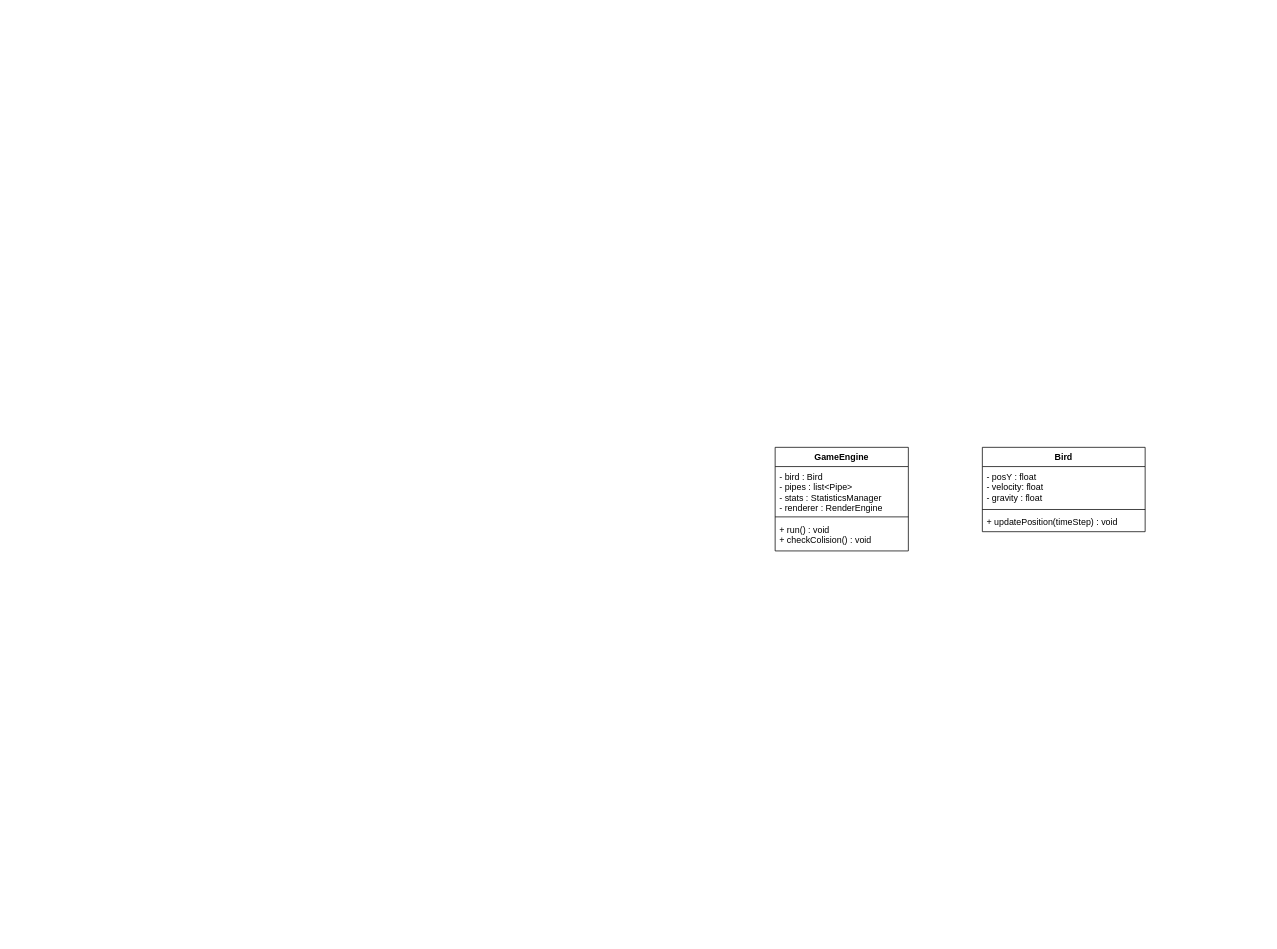
This is Untitled Diagram.drawio from Developer-dreamer/assignment3, a draw.io file, before an edit. Source tidied: cells renumbered, new cells numbered last; positions are measured from the earlier drawing's top-left corner, leaving out a move shared by most shapes. Both pictures are drawn from the tidied source at 74%, with x=0, y=0 at pixel (775, 447).
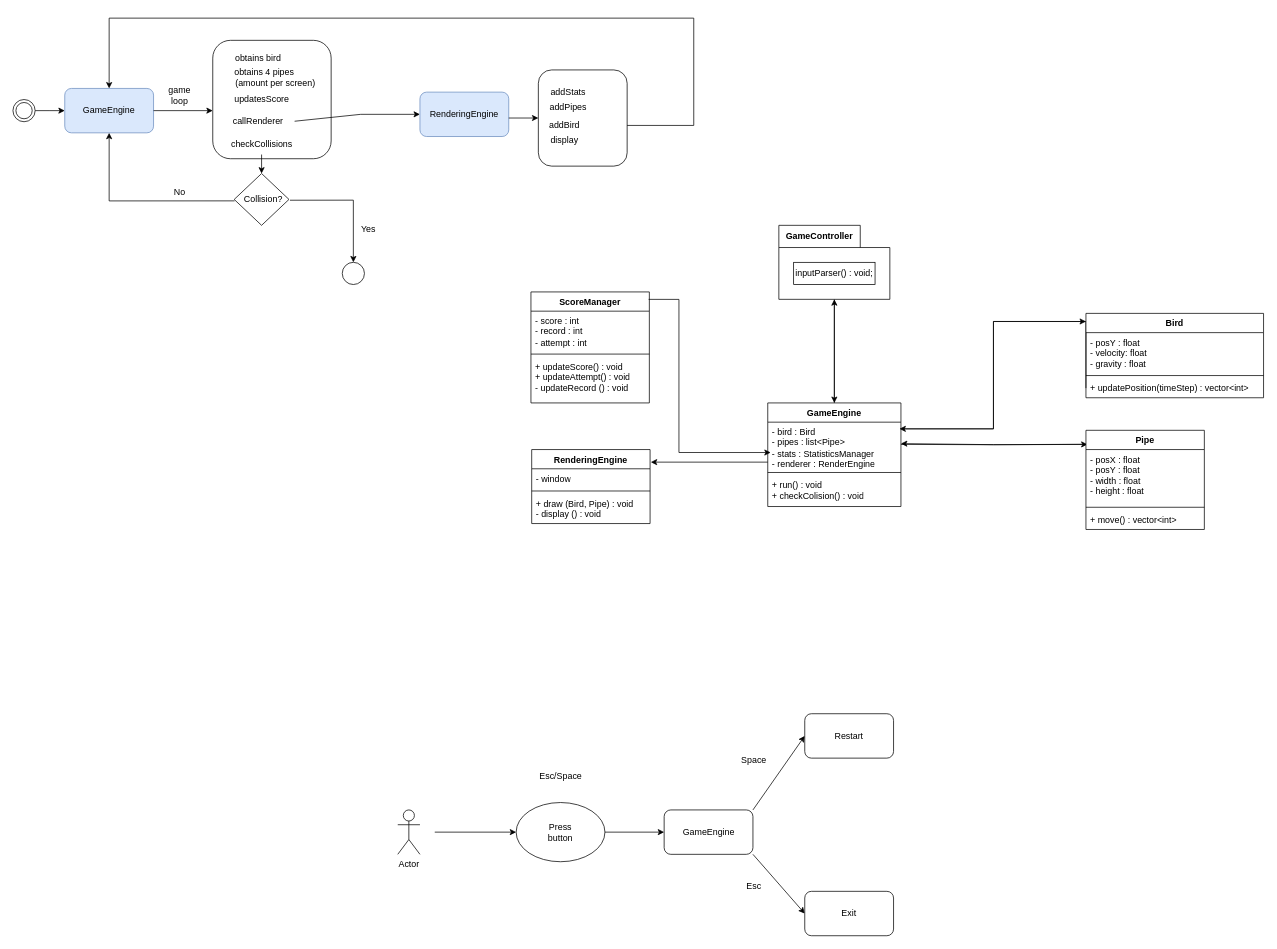
After the change.

Commit message:
Added more classes, created sequence diagram and user interactive diagram

The change refers to these unchanged cells:
```xml
<mxCell id="3" value="&lt;div&gt;- bird : Bird&lt;/div&gt;&lt;div&gt;- pipes : list&amp;lt;Pipe&amp;gt;&lt;/div&gt;&lt;div&gt;- stats : StatisticsManager&lt;/div&gt;&lt;div&gt;- renderer : RenderEngine&lt;/div&gt;" style="text;strokeColor=none;fillColor=none;align=left;verticalAlign=top;spacingLeft=4;spacingRight=4;overflow=hidden;points=[[0,0.5],[1,0.5]];portConstraint=eastwest;whiteSpace=wrap;html=1;" parent="2" vertex="1">
  <mxGeometry y="26" width="180" height="64" as="geometry" />
</mxCell>
```

The edit, as a diff of the source:
```diff
@@
+    <mxCell id="10" style="edgeStyle=orthogonalEdgeStyle;rounded=0;jettySize=auto;html=1;" parent="1" edge="1" source="2" target="30">
+      <mxGeometry relative="1" as="geometry" />
+    </mxCell>
+    <mxCell id="11" style="edgeStyle=orthogonalEdgeStyle;rounded=0;jettySize=auto;html=1;entryX=0.013;entryY=0.142;entryDx=0;entryDy=0;entryPerimeter=0;" parent="1" edge="1" target="13">
+      <mxGeometry relative="1" as="geometry">
+        <mxPoint x="170" y="-4" as="sourcePoint" />
+      </mxGeometry>
+    </mxCell>
     <mxCell id="2" value="GameEngine" style="swimlane;fontStyle=1;align=center;verticalAlign=top;horizontal=1;startSize=26;whiteSpace=wrap;html=1;" parent="1" vertex="1">
-      <mxGeometry width="180" height="140" as="geometry" />
+      <mxGeometry x="-10" y="-60" width="180" height="140" as="geometry" />
     </mxCell>
@@
+    <mxCell id="12" style="edgeStyle=orthogonalEdgeStyle;rounded=0;jettySize=auto;html=1;entryX=0.989;entryY=0.141;entryDx=0;entryDy=0;entryPerimeter=0;exitX=0;exitY=0.5;exitDx=0;exitDy=0;" parent="1" edge="1" source="9" target="3">
+      <mxGeometry relative="1" as="geometry">
+        <Array as="points">
+          <mxPoint x="420" y="-170" />
+          <mxPoint x="295" y="-170" />
+          <mxPoint x="295" y="-25" />
+        </Array>
+      </mxGeometry>
+    </mxCell>
     <mxCell id="6" value="Bird" style="swimlane;fontStyle=1;align=center;verticalAlign=top;horizontal=1;startSize=26;whiteSpace=wrap;html=1;" parent="1" vertex="1">
-      <mxGeometry x="280" width="220" height="114" as="geometry" />
+      <mxGeometry x="420" y="-181" width="240" height="114" as="geometry" />
     </mxCell>
     <mxCell id="7" value="&lt;div&gt;- posY : float&lt;/div&gt;&lt;div&gt;- velocity: float&lt;/div&gt;&lt;div&gt;- gravity : float&lt;/div&gt;" style="text;strokeColor=none;fillColor=none;align=left;verticalAlign=top;spacingLeft=4;spacingRight=4;overflow=hidden;whiteSpace=wrap;html=1;" parent="6" vertex="1">
-      <mxGeometry y="26" width="220" height="54" as="geometry" />
+      <mxGeometry y="26" width="240" height="54" as="geometry" />
     </mxCell>
     <mxCell id="8" style="line;strokeWidth=1;fillColor=none;align=left;verticalAlign=middle;spacingTop=-1;spacingLeft=3;spacingRight=3;labelPosition=right;strokeColor=inherit;" parent="6" vertex="1">
-      <mxGeometry y="80" width="220" height="8" as="geometry" />
+      <mxGeometry y="80" width="240" height="8" as="geometry" />
     </mxCell>
-    <mxCell id="9" value="+ updatePosition(timeStep) : void" style="text;strokeColor=none;fillColor=none;align=left;verticalAlign=top;spacingLeft=4;spacingRight=4;overflow=hidden;points=[[0,0.5],[1,0.5]];portConstraint=eastwest;whiteSpace=wrap;html=1;" parent="6" vertex="1">
-      <mxGeometry y="88" width="220" height="26" as="geometry" />
+    <mxCell id="9" value="+ updatePosition(timeStep) : vector&amp;lt;int&amp;gt;" style="text;strokeColor=none;fillColor=none;align=left;verticalAlign=top;spacingLeft=4;spacingRight=4;overflow=hidden;points=[[0,0.5],[1,0.5]];portConstraint=eastwest;whiteSpace=wrap;html=1;" parent="6" vertex="1">
+      <mxGeometry y="88" width="240" height="26" as="geometry" />
     </mxCell>
+    <mxCell id="13" value="Pipe" style="swimlane;fontStyle=1;align=center;verticalAlign=top;horizontal=1;startSize=26;whiteSpace=wrap;html=1;" parent="1" vertex="1">
+      <mxGeometry x="420" y="-23" width="160" height="134" as="geometry" />
+    </mxCell>
+    <mxCell id="14" value="&lt;div&gt;- posX : float&lt;br&gt;&lt;/div&gt;&lt;div&gt;- posY : float&lt;br&gt;&lt;/div&gt;&lt;div&gt;- width : float&lt;/div&gt;&lt;div&gt;- height : float&lt;br&gt;&lt;/div&gt;" style="text;strokeColor=none;fillColor=none;align=left;verticalAlign=top;spacingLeft=4;spacingRight=4;overflow=hidden;whiteSpace=wrap;html=1;" parent="13" vertex="1">
+      <mxGeometry y="26" width="160" height="74" as="geometry" />
+    </mxCell>
+    <mxCell id="15" style="line;strokeWidth=1;fillColor=none;align=left;verticalAlign=middle;spacingTop=-1;spacingLeft=3;spacingRight=3;labelPosition=right;strokeColor=inherit;" parent="13" vertex="1">
+      <mxGeometry y="100" width="160" height="8" as="geometry" />
+    </mxCell>
+    <mxCell id="16" value="+ move() : vector&amp;lt;int&amp;gt;" style="text;strokeColor=none;fillColor=none;align=left;verticalAlign=top;spacingLeft=4;spacingRight=4;overflow=hidden;whiteSpace=wrap;html=1;" parent="13" vertex="1">
+      <mxGeometry y="108" width="160" height="26" as="geometry" />
+    </mxCell>
+    <mxCell id="17" value="ScoreManager" style="swimlane;fontStyle=1;align=center;verticalAlign=top;horizontal=1;startSize=26;whiteSpace=wrap;html=1;" parent="1" vertex="1">
+      <mxGeometry x="-330" y="-210" width="160" height="150" as="geometry" />
+    </mxCell>
+    <mxCell id="18" value="&lt;div&gt;- score : int&lt;br&gt;&lt;/div&gt;&lt;div&gt;- record : int &lt;br&gt;&lt;/div&gt;&lt;div&gt;- attempt : int&lt;br&gt;&lt;/div&gt;" style="text;strokeColor=none;fillColor=none;align=left;verticalAlign=top;spacingLeft=4;spacingRight=4;overflow=hidden;whiteSpace=wrap;html=1;" parent="17" vertex="1">
+      <mxGeometry y="26" width="160" height="54" as="geometry" />
+    </mxCell>
+    <mxCell id="19" style="line;strokeWidth=1;fillColor=none;align=left;verticalAlign=middle;spacingTop=-1;spacingLeft=3;spacingRight=3;labelPosition=right;strokeColor=inherit;" parent="17" vertex="1">
+      <mxGeometry y="80" width="160" height="8" as="geometry" />
+    </mxCell>
+    <mxCell id="20" value="&lt;div&gt;+ updateScore() : void&lt;/div&gt;&lt;div&gt;+ updateAttempt() : void&lt;/div&gt;&lt;div&gt;- updateRecord () : void&lt;br&gt;&lt;/div&gt;" style="text;strokeColor=none;fillColor=none;align=left;verticalAlign=top;spacingLeft=4;spacingRight=4;overflow=hidden;whiteSpace=wrap;html=1;" parent="17" vertex="1">
+      <mxGeometry y="88" width="160" height="62" as="geometry" />
+    </mxCell>
+    <mxCell id="21" value="RenderingEngine" style="swimlane;fontStyle=1;align=center;verticalAlign=top;horizontal=1;startSize=26;whiteSpace=wrap;html=1;" parent="1" vertex="1">
+      <mxGeometry x="-329" y="3" width="160" height="100" as="geometry" />
+    </mxCell>
+    <mxCell id="22" value="- window" style="text;strokeColor=none;fillColor=none;align=left;verticalAlign=top;spacingLeft=4;spacingRight=4;overflow=hidden;whiteSpace=wrap;html=1;" parent="21" vertex="1">
+      <mxGeometry y="26" width="160" height="26" as="geometry" />
+    </mxCell>
+    <mxCell id="23" style="line;strokeWidth=1;fillColor=none;align=left;verticalAlign=middle;spacingTop=-1;spacingLeft=3;spacingRight=3;labelPosition=right;strokeColor=inherit;" parent="21" vertex="1">
+      <mxGeometry y="52" width="160" height="8" as="geometry" />
+    </mxCell>
+    <mxCell id="24" value="&lt;div&gt;+ draw (Bird, Pipe) : void&lt;/div&gt;&lt;div&gt;- display () : void&lt;br&gt;&lt;/div&gt;" style="text;strokeColor=none;fillColor=none;align=left;verticalAlign=top;spacingLeft=4;spacingRight=4;overflow=hidden;whiteSpace=wrap;html=1;" parent="21" vertex="1">
+      <mxGeometry y="60" width="160" height="40" as="geometry" />
+    </mxCell>
+    <mxCell id="25" style="edgeStyle=orthogonalEdgeStyle;rounded=0;jettySize=auto;html=1;entryX=1.006;entryY=0.17;entryDx=0;entryDy=0;entryPerimeter=0;" parent="1" edge="1" target="21">
+      <mxGeometry relative="1" as="geometry">
+        <mxPoint x="-10" y="20" as="sourcePoint" />
+        <Array as="points">
+          <mxPoint x="-169" y="20" />
+        </Array>
+      </mxGeometry>
+    </mxCell>
+    <mxCell id="26" style="edgeStyle=orthogonalEdgeStyle;rounded=0;jettySize=auto;html=1;exitX=1.022;exitY=0.141;exitDx=0;exitDy=0;exitPerimeter=0;entryX=0;entryY=0.096;entryDx=0;entryDy=0;entryPerimeter=0;" parent="1" edge="1" source="3" target="6">
+      <mxGeometry relative="1" as="geometry" />
+    </mxCell>
+    <mxCell id="27" style="edgeStyle=orthogonalEdgeStyle;rounded=0;orthogonalLoop=1;jettySize=auto;html=1;exitX=-0.006;exitY=0.104;exitDx=0;exitDy=0;exitPerimeter=0;" parent="1" edge="1">
+      <mxGeometry relative="1" as="geometry">
+        <mxPoint x="419" y="-4.1" as="sourcePoint" />
+        <mxPoint x="170" y="-5" as="targetPoint" />
+      </mxGeometry>
+    </mxCell>
+    <mxCell id="28" style="edgeStyle=orthogonalEdgeStyle;rounded=0;jettySize=auto;html=1;entryX=0.022;entryY=0.641;entryDx=0;entryDy=0;entryPerimeter=0;exitX=0.994;exitY=0.067;exitDx=0;exitDy=0;exitPerimeter=0;" parent="1" edge="1" source="17" target="3">
+      <mxGeometry relative="1" as="geometry">
+        <Array as="points">
+          <mxPoint x="-130" y="-200" />
+          <mxPoint x="-130" y="7" />
+        </Array>
+      </mxGeometry>
+    </mxCell>
+    <mxCell id="29" style="edgeStyle=orthogonalEdgeStyle;rounded=0;jettySize=auto;html=1;entryX=0.5;entryY=0;entryDx=0;entryDy=0;" parent="1" edge="1" source="30" target="2">
+      <mxGeometry relative="1" as="geometry" />
+    </mxCell>
+    <mxCell id="30" value="GameController" style="shape=folder;fontStyle=1;tabWidth=110;tabHeight=30;tabPosition=left;html=1;boundedLbl=1;labelInHeader=1;whiteSpace=wrap;" parent="1" vertex="1">
+      <mxGeometry x="5" y="-300" width="150" height="100" as="geometry" />
+    </mxCell>
+    <mxCell id="31" value="inputParser() : void;" style="html=1;whiteSpace=wrap;" parent="30" vertex="1">
+      <mxGeometry width="110" height="30" relative="1" as="geometry">
+        <mxPoint x="20" y="50" as="offset" />
+      </mxGeometry>
+    </mxCell>
+    <mxCell id="32" value="Actor" style="shape=umlActor;verticalLabelPosition=bottom;verticalAlign=top;html=1;" parent="1" vertex="1">
+      <mxGeometry x="-510" y="490" width="30" height="60" as="geometry" />
+    </mxCell>
+    <mxCell id="33" style="endArrow=classic;html=1;rounded=0;" parent="1" edge="1">
+      <mxGeometry relative="1" as="geometry">
+        <mxPoint x="-460" y="520" as="sourcePoint" />
+        <mxPoint x="-350" y="520" as="targetPoint" />
+      </mxGeometry>
+    </mxCell>
+    <mxCell id="34" style="ellipse;whiteSpace=wrap;html=1;" parent="1" vertex="1">
+      <mxGeometry x="-350" y="480" width="120" height="80" as="geometry" />
+    </mxCell>
+    <mxCell id="35" value="Press button" style="text;html=1;align=center;verticalAlign=middle;whiteSpace=wrap;rounded=0;" parent="1" vertex="1">
+      <mxGeometry x="-320" y="505" width="60" height="30" as="geometry" />
+    </mxCell>
+    <mxCell id="36" style="endArrow=classic;html=1;rounded=0;exitX=1;exitY=0.5;exitDx=0;exitDy=0;" parent="1" edge="1" source="34">
+      <mxGeometry relative="1" as="geometry">
+        <mxPoint x="-150" y="520" as="targetPoint" />
+      </mxGeometry>
+    </mxCell>
+    <mxCell id="37" value="&lt;div&gt;Esc/Space&lt;br&gt;&lt;/div&gt;" style="text;html=1;align=center;verticalAlign=middle;strokeColor=none;fillColor=none;" parent="1" vertex="1">
+      <mxGeometry x="-330" y="430" width="80" height="30" as="geometry" />
+    </mxCell>
+    <mxCell id="38" style="rounded=1;whiteSpace=wrap;html=1;" parent="1" vertex="1">
+      <mxGeometry x="-150" y="490" width="120" height="60" as="geometry" />
+    </mxCell>
+    <mxCell id="39" value="GameEngine" style="text;html=1;align=center;verticalAlign=middle;strokeColor=none;fillColor=none;" parent="1" vertex="1">
+      <mxGeometry x="-140" y="505" width="100" height="30" as="geometry" />
+    </mxCell>
+    <mxCell id="40" style="endArrow=classic;html=1;rounded=0;exitX=1;exitY=0;exitDx=0;exitDy=0;" parent="1" edge="1" source="38">
+      <mxGeometry relative="1" as="geometry">
+        <mxPoint x="40" y="390" as="targetPoint" />
+      </mxGeometry>
+    </mxCell>
+    <mxCell id="41" value="Space" style="text;html=1;align=center;verticalAlign=middle;strokeColor=none;fillColor=none;" parent="1" vertex="1">
+      <mxGeometry x="-59" y="408" width="60" height="30" as="geometry" />
+    </mxCell>
+    <mxCell id="42" value="Restart" style="rounded=1;whiteSpace=wrap;html=1;" parent="1" vertex="1">
+      <mxGeometry x="40" y="360" width="120" height="60" as="geometry" />
+    </mxCell>
+    <mxCell id="43" style="endArrow=classic;html=1;rounded=0;exitX=1;exitY=1;exitDx=0;exitDy=0;" parent="1" edge="1" source="38">
+      <mxGeometry relative="1" as="geometry">
+        <mxPoint x="40" y="630" as="targetPoint" />
+      </mxGeometry>
+    </mxCell>
+    <mxCell id="44" value="Exit" style="rounded=1;whiteSpace=wrap;html=1;" parent="1" vertex="1">
+      <mxGeometry x="40" y="600" width="120" height="60" as="geometry" />
+    </mxCell>
+    <mxCell id="45" value="Esc" style="text;html=1;align=center;verticalAlign=middle;strokeColor=none;fillColor=none;" parent="1" vertex="1">
+      <mxGeometry x="-49" y="578" width="40" height="30" as="geometry" />
+    </mxCell>
+    <mxCell id="46" style="edgeStyle=orthogonalEdgeStyle;rounded=0;jettySize=auto;html=1;" parent="1" edge="1" source="47">
+      <mxGeometry relative="1" as="geometry">
+        <mxPoint x="-960" y="-455" as="targetPoint" />
+      </mxGeometry>
+    </mxCell>
+    <mxCell id="47" style="ellipse;shape=doubleEllipse;html=1;dashed=0;whiteSpace=wrap;" parent="1" vertex="1">
+      <mxGeometry x="-1030" y="-470" width="30" height="30" as="geometry" />
+    </mxCell>
+    <mxCell id="48" value="GameEngine" style="rounded=1;whiteSpace=wrap;html=1;fillColor=#dae8fc;strokeColor=#6c8ebf;" parent="1" vertex="1">
+      <mxGeometry x="-960" y="-485" width="120" height="60" as="geometry" />
+    </mxCell>
+    <mxCell id="49" style="endArrow=classic;html=1;rounded=0;exitX=1;exitY=0.5;exitDx=0;exitDy=0;" parent="1" edge="1" source="48">
+      <mxGeometry relative="1" as="geometry">
+        <mxPoint x="-760" y="-455" as="targetPoint" />
+      </mxGeometry>
+    </mxCell>
+    <mxCell id="50" style="rounded=1;whiteSpace=wrap;html=1;" parent="1" vertex="1">
+      <mxGeometry x="-760" y="-550" width="160" height="160" as="geometry" />
+    </mxCell>
+    <mxCell id="51" value="obtains bird" style="text;html=1;align=center;verticalAlign=middle;strokeColor=none;fillColor=none;" parent="1" vertex="1">
+      <mxGeometry x="-744" y="-540" width="90" height="30" as="geometry" />
+    </mxCell>
+    <mxCell id="52" value="&lt;div&gt;obtains 4 pipes&amp;nbsp;&lt;/div&gt;&lt;div&gt;&lt;span style=&quot;white-space: pre;&quot;&gt;&#9;&lt;/span&gt;(amount per screen)&lt;/div&gt;" style="text;html=1;align=center;verticalAlign=middle;strokeColor=none;fillColor=none;" parent="1" vertex="1">
+      <mxGeometry x="-769" y="-520" width="160" height="40" as="geometry" />
+    </mxCell>
+    <mxCell id="53" value="updatesScore" style="text;html=1;align=center;verticalAlign=middle;strokeColor=none;fillColor=none;" parent="1" vertex="1">
+      <mxGeometry x="-744" y="-485" width="100" height="30" as="geometry" />
+    </mxCell>
+    <mxCell id="54" value="callRenderer" style="text;html=1;align=center;verticalAlign=middle;points=[];strokeColor=none;fillColor=none;" parent="1" vertex="1">
+      <mxGeometry x="-749" y="-455" width="100" height="30" as="geometry" />
+    </mxCell>
+    <mxCell id="55" style="endArrow=classic;html=1;rounded=0;exitX=0.996;exitY=0.478;exitDx=0;exitDy=0;exitPerimeter=0;" parent="1" edge="1" source="54">
+      <mxGeometry relative="1" as="geometry">
+        <mxPoint x="-480" y="-450" as="targetPoint" />
+        <Array as="points">
+          <mxPoint x="-560" y="-450" />
+        </Array>
+      </mxGeometry>
+    </mxCell>
+    <mxCell id="56" value="RenderingEngine" style="rounded=1;whiteSpace=wrap;html=1;fillColor=#dae8fc;strokeColor=#6c8ebf;" parent="1" vertex="1">
+      <mxGeometry x="-480" y="-480" width="120" height="60" as="geometry" />
+    </mxCell>
+    <mxCell id="57" value="checkCollisions" style="text;html=1;align=center;verticalAlign=middle;points=[];strokeColor=none;fillColor=none;" parent="1" vertex="1">
+      <mxGeometry x="-749" y="-425" width="110" height="30" as="geometry" />
+    </mxCell>
+    <mxCell id="58" style="endArrow=classic;html=1;rounded=0;exitX=0.5;exitY=0.978;exitDx=0;exitDy=0;exitPerimeter=0;" parent="1" edge="1" source="57" target="59">
+      <mxGeometry relative="1" as="geometry" />
+    </mxCell>
+    <mxCell id="59" style="rhombus;whiteSpace=wrap;html=1;" parent="1" vertex="1">
+      <mxGeometry x="-731" y="-370" width="74" height="70" as="geometry" />
+    </mxCell>
+    <mxCell id="60" value="Collision?" style="text;html=1;align=center;verticalAlign=middle;points=[];strokeColor=none;fillColor=none;" parent="1" vertex="1">
+      <mxGeometry x="-732" y="-350" width="80" height="30" as="geometry" />
+    </mxCell>
+    <mxCell id="61" style="endArrow=classic;html=1;rounded=0;exitX=0.954;exitY=0.536;exitDx=0;exitDy=0;exitPerimeter=0;" parent="1" edge="1" source="60">
+      <mxGeometry relative="1" as="geometry">
+        <mxPoint x="-570" y="-250" as="targetPoint" />
+        <Array as="points">
+          <mxPoint x="-570" y="-334" />
+        </Array>
+      </mxGeometry>
+    </mxCell>
+    <mxCell id="62" value="&lt;div&gt;game&lt;/div&gt;&lt;div&gt;loop&lt;br&gt;&lt;/div&gt;" style="text;html=1;align=center;verticalAlign=middle;strokeColor=none;fillColor=none;" parent="1" vertex="1">
+      <mxGeometry x="-830" y="-495" width="50" height="40" as="geometry" />
+    </mxCell>
+    <mxCell id="63" style="ellipse;whiteSpace=wrap;html=1;" parent="1" vertex="1">
+      <mxGeometry x="-585" y="-250" width="30" height="30" as="geometry" />
+    </mxCell>
+    <mxCell id="64" value="Yes" style="text;html=1;align=center;verticalAlign=middle;strokeColor=none;fillColor=none;" parent="1" vertex="1">
+      <mxGeometry x="-570" y="-310" width="40" height="30" as="geometry" />
+    </mxCell>
+    <mxCell id="65" style="endArrow=classic;html=1;rounded=0;exitX=0.019;exitY=0.565;exitDx=0;exitDy=0;exitPerimeter=0;" parent="1" edge="1" source="60">
+      <mxGeometry relative="1" as="geometry">
+        <mxPoint x="-900" y="-425" as="targetPoint" />
+        <Array as="points">
+          <mxPoint x="-900" y="-333" />
+        </Array>
+      </mxGeometry>
+    </mxCell>
+    <mxCell id="66" value="No" style="text;html=1;align=center;verticalAlign=middle;strokeColor=none;fillColor=none;" parent="1" vertex="1">
+      <mxGeometry x="-825" y="-360" width="40" height="30" as="geometry" />
+    </mxCell>
+    <mxCell id="67" style="endArrow=classic;html=1;rounded=0;" parent="1" edge="1">
+      <mxGeometry relative="1" as="geometry">
+        <mxPoint x="-360" y="-445" as="sourcePoint" />
+        <mxPoint x="-320" y="-445" as="targetPoint" />
+      </mxGeometry>
+    </mxCell>
+    <mxCell id="68" style="rounded=1;whiteSpace=wrap;html=1;" parent="1" vertex="1">
+      <mxGeometry x="-320" y="-510" width="120" height="130" as="geometry" />
+    </mxCell>
+    <mxCell id="69" value="addPipes" style="text;html=1;align=center;verticalAlign=middle;strokeColor=none;fillColor=none;" parent="1" vertex="1">
+      <mxGeometry x="-320" y="-474" width="80" height="30" as="geometry" />
+    </mxCell>
+    <mxCell id="70" value="addBird" style="text;html=1;align=center;verticalAlign=middle;strokeColor=none;fillColor=none;" parent="1" vertex="1">
+      <mxGeometry x="-320" y="-450" width="70" height="30" as="geometry" />
+    </mxCell>
+    <mxCell id="71" value="addStats" style="text;html=1;align=center;verticalAlign=middle;strokeColor=none;fillColor=none;" parent="1" vertex="1">
+      <mxGeometry x="-315" y="-495" width="70" height="30" as="geometry" />
+    </mxCell>
+    <mxCell id="72" value="display" style="text;html=1;align=center;verticalAlign=middle;strokeColor=none;fillColor=none;" parent="1" vertex="1">
+      <mxGeometry x="-315" y="-430" width="60" height="30" as="geometry" />
+    </mxCell>
+    <mxCell id="73" style="endArrow=classic;html=1;rounded=0;entryX=0.5;entryY=0;entryDx=0;entryDy=0;" parent="1" edge="1" target="48">
+      <mxGeometry relative="1" as="geometry">
+        <mxPoint x="-200" y="-435" as="sourcePoint" />
+        <Array as="points">
+          <mxPoint x="-110" y="-435" />
+          <mxPoint x="-110" y="-580" />
+          <mxPoint x="-900" y="-580" />
+        </Array>
+      </mxGeometry>
+    </mxCell>
```
